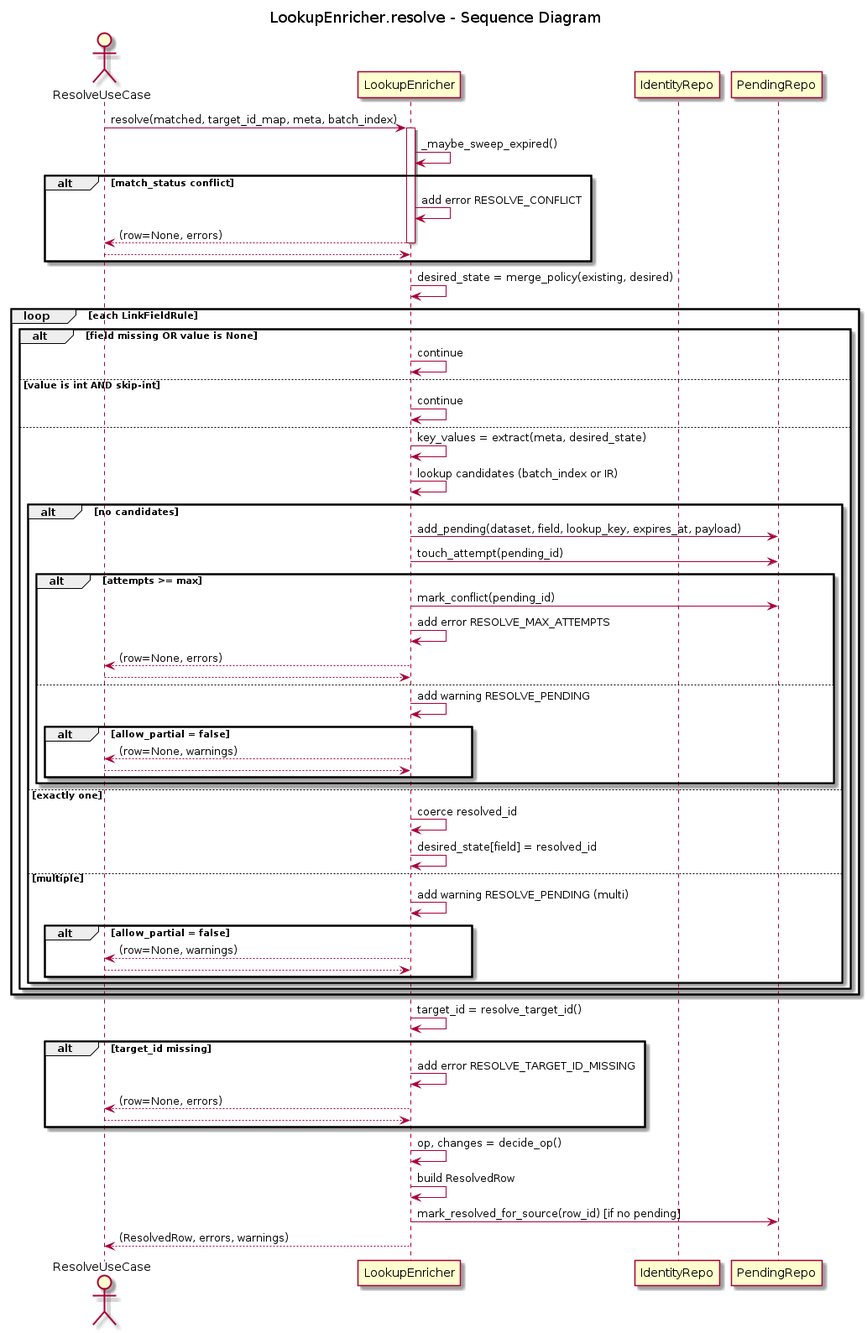
Above: docs/uml/transform/resolver/resolver_sequence.png in xORex-LC/nexus-etl (PlantUML), before the change. Its source is kept beside it as docs/uml/transform/resolver/resolver_sequence.puml.
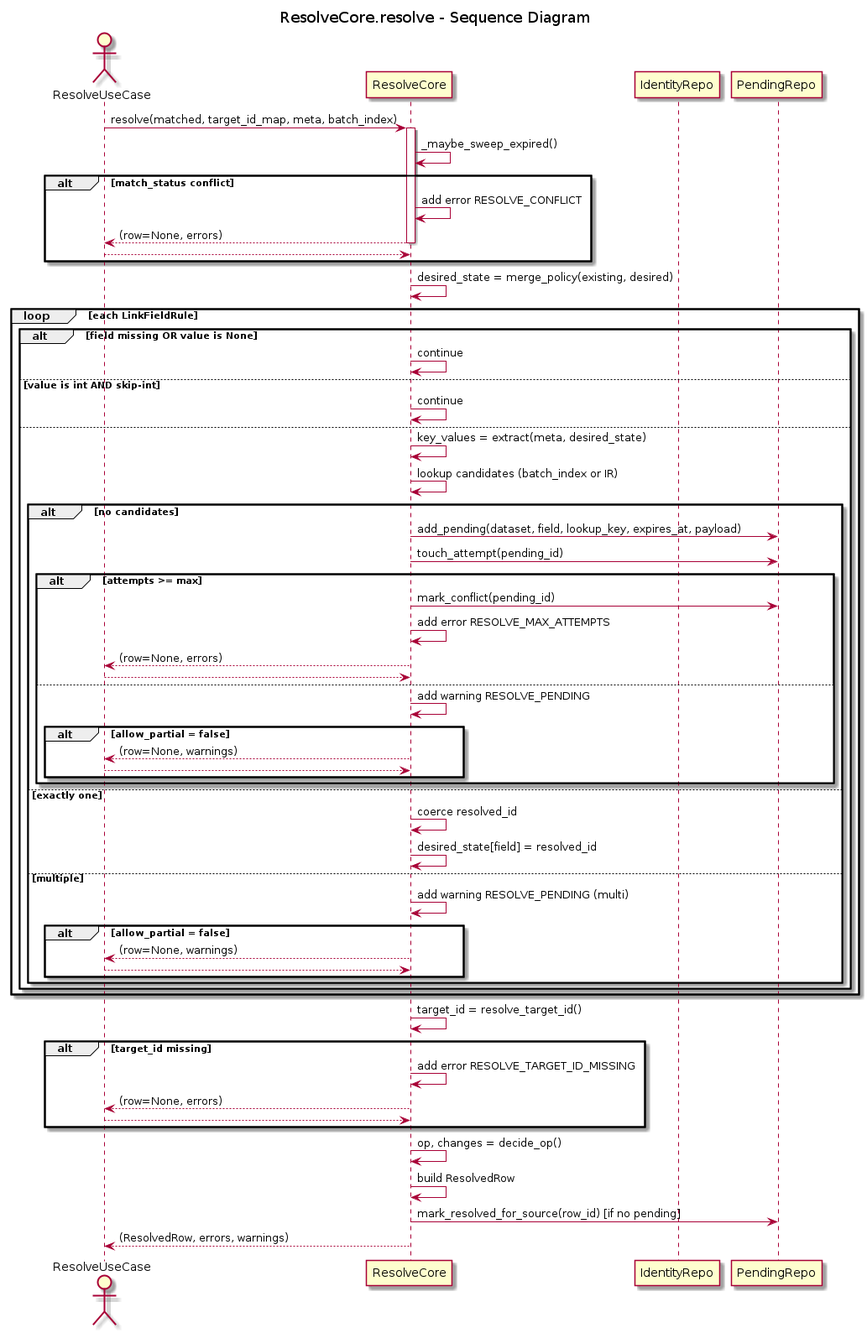
After the commit.

Diff of the diagram source:
```diff
@@ -1,8 +1,8 @@
 @startuml
-title LookupEnricher.resolve - Sequence Diagram
+title ResolveCore.resolve - Sequence Diagram
 
 actor "ResolveUseCase" as RU
-participant "LookupEnricher" as R
+participant "ResolveCore" as R
 participant "IdentityRepo" as IR
 participant "PendingRepo" as PR
 
```
